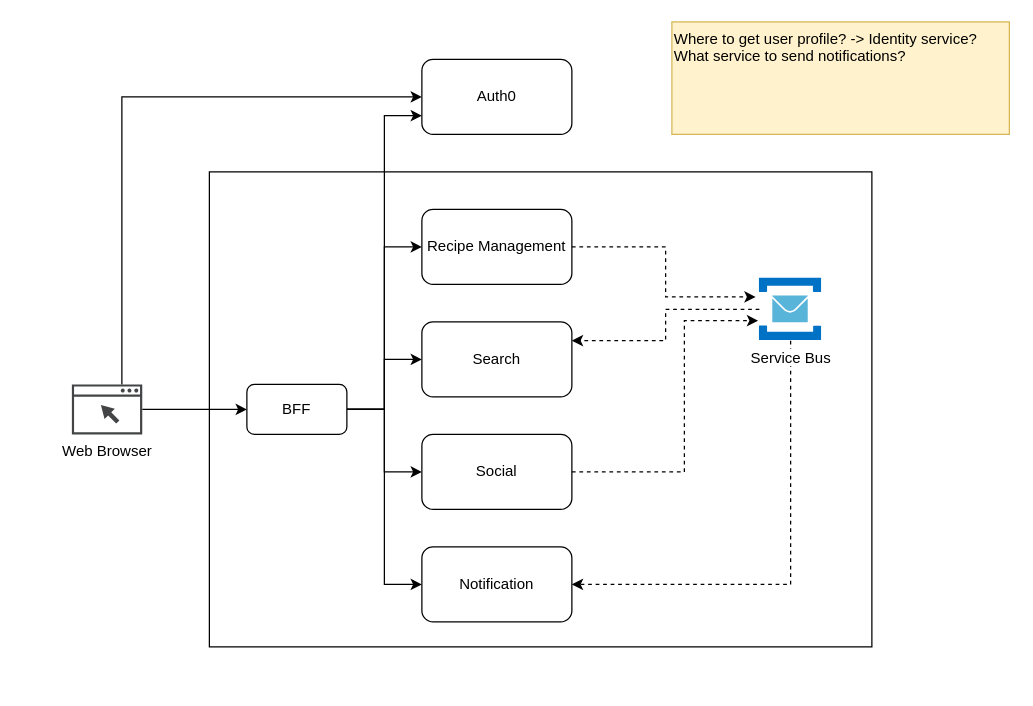
tungdn3/RecipeShare keeps this draw.io diagram as page "Page-1" (1 of 2) of doc/RecipeShareArchitecture.drawio. Above is the earlier version. Source tidied: cells renumbered, new cells numbered last; positions are measured from the earlier drawing's top-left corner, leaving out a move shared by most shapes. Both pictures are drawn from the tidied source at 125%, with x=0, y=0 at pixel (71, 21).
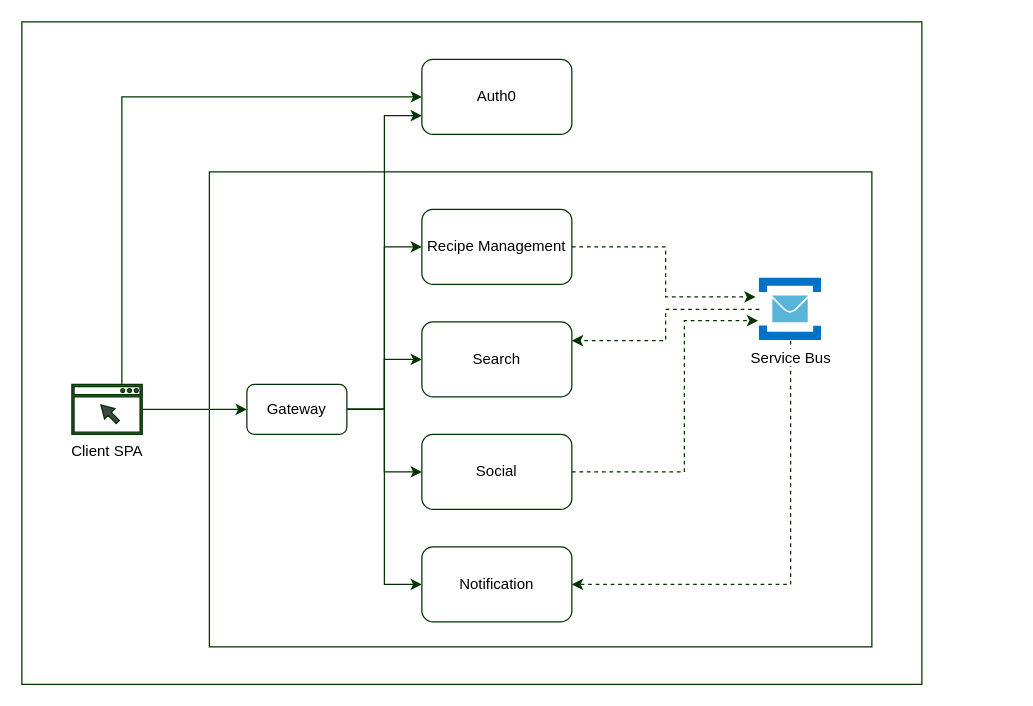
Above is the later version.

Change to the diagram source:
```diff
@@
+    <mxCell id="23" style="rounded=0;whiteSpace=wrap;html=1;strokeColor=#003300;" parent="1" vertex="1">
+      <mxGeometry x="-40" width="720" height="530" as="geometry" />
+    </mxCell>
-    <mxCell id="2" style="rounded=0;whiteSpace=wrap;html=1;" parent="1" vertex="1">
+    <mxCell id="2" style="rounded=0;whiteSpace=wrap;html=1;strokeColor=#003300;" parent="1" vertex="1">
       <mxGeometry x="110" y="120" width="530" height="380" as="geometry" />
     </mxCell>
-    <mxCell id="3" style="edgeStyle=orthogonalEdgeStyle;rounded=0;jettySize=auto;html=1;entryX=0;entryY=0.5;entryDx=0;entryDy=0;" parent="1" edge="1" source="5" target="6">
+    <mxCell id="3" style="edgeStyle=orthogonalEdgeStyle;rounded=0;jettySize=auto;html=1;entryX=0;entryY=0.5;entryDx=0;entryDy=0;strokeColor=#003300;" parent="1" edge="1" source="5" target="6">
       <mxGeometry relative="1" as="geometry">
         <Array as="points">
           <mxPoint x="40" y="60" />
         </Array>
       </mxGeometry>
     </mxCell>
-    <mxCell id="4" style="edgeStyle=orthogonalEdgeStyle;rounded=0;jettySize=auto;html=1;entryX=0;entryY=0.5;entryDx=0;entryDy=0;" parent="1" edge="1" source="5" target="16">
+    <mxCell id="4" style="edgeStyle=orthogonalEdgeStyle;rounded=0;jettySize=auto;html=1;entryX=0;entryY=0.5;entryDx=0;entryDy=0;strokeColor=#003300;" parent="1" edge="1" source="5" target="16">
       <mxGeometry relative="1" as="geometry" />
     </mxCell>
-    <mxCell id="5" value="Web Browser" style="sketch=0;shadow=0;dashed=0;html=1;strokeColor=none;fillColor=#434445;labelPosition=center;verticalLabelPosition=bottom;verticalAlign=top;align=center;outlineConnect=0;shape=mxgraph.vvd.web_browser;" parent="1" vertex="1">
+    <mxCell id="5" value="Client SPA" style="sketch=0;shadow=0;dashed=0;html=1;strokeColor=#003300;fillColor=#434445;labelPosition=center;verticalLabelPosition=bottom;verticalAlign=top;align=center;outlineConnect=0;shape=mxgraph.vvd.web_browser;" parent="1" vertex="1">
       <mxGeometry y="290" width="56.3" height="40" as="geometry" />
     </mxCell>
-    <mxCell id="6" value="Auth0" style="rounded=1;whiteSpace=wrap;html=1;" parent="1" vertex="1">
+    <mxCell id="6" value="Auth0" style="rounded=1;whiteSpace=wrap;html=1;strokeColor=#003300;" parent="1" vertex="1">
       <mxGeometry x="280" y="30" width="120" height="60" as="geometry" />
     </mxCell>
-    <mxCell id="7" value="Recipe Management" style="rounded=1;whiteSpace=wrap;html=1;" parent="1" vertex="1">
+    <mxCell id="7" value="Recipe Management" style="rounded=1;whiteSpace=wrap;html=1;strokeColor=#003300;" parent="1" vertex="1">
       <mxGeometry x="280" y="150" width="120" height="60" as="geometry" />
     </mxCell>
-    <mxCell id="8" value="Social" style="rounded=1;whiteSpace=wrap;html=1;" parent="1" vertex="1">
+    <mxCell id="8" value="Social" style="rounded=1;whiteSpace=wrap;html=1;strokeColor=#003300;" parent="1" vertex="1">
       <mxGeometry x="280" y="330" width="120" height="60" as="geometry" />
     </mxCell>
-    <mxCell id="9" value="Search" style="rounded=1;whiteSpace=wrap;html=1;" parent="1" vertex="1">
+    <mxCell id="9" value="Search" style="rounded=1;whiteSpace=wrap;html=1;strokeColor=#003300;" parent="1" vertex="1">
       <mxGeometry x="280" y="240" width="120" height="60" as="geometry" />
     </mxCell>
-    <mxCell id="10" value="Notification" style="rounded=1;whiteSpace=wrap;html=1;" parent="1" vertex="1">
+    <mxCell id="10" value="Notification" style="rounded=1;whiteSpace=wrap;html=1;strokeColor=#003300;" parent="1" vertex="1">
       <mxGeometry x="280" y="420" width="120" height="60" as="geometry" />
     </mxCell>
-    <mxCell id="11" style="edgeStyle=orthogonalEdgeStyle;rounded=0;jettySize=auto;html=1;exitX=1;exitY=0.5;exitDx=0;exitDy=0;entryX=0;entryY=0.5;entryDx=0;entryDy=0;" parent="1" edge="1" source="16" target="7">
+    <mxCell id="11" style="edgeStyle=orthogonalEdgeStyle;rounded=0;jettySize=auto;html=1;exitX=1;exitY=0.5;exitDx=0;exitDy=0;entryX=0;entryY=0.5;entryDx=0;entryDy=0;strokeColor=#003300;" parent="1" edge="1" source="16" target="7">
       <mxGeometry relative="1" as="geometry" />
     </mxCell>
-    <mxCell id="12" style="edgeStyle=orthogonalEdgeStyle;rounded=0;jettySize=auto;html=1;entryX=0;entryY=0.5;entryDx=0;entryDy=0;" parent="1" edge="1" source="16" target="9">
+    <mxCell id="12" style="edgeStyle=orthogonalEdgeStyle;rounded=0;jettySize=auto;html=1;entryX=0;entryY=0.5;entryDx=0;entryDy=0;strokeColor=#003300;" parent="1" edge="1" source="16" target="9">
       <mxGeometry relative="1" as="geometry" />
     </mxCell>
-    <mxCell id="13" style="edgeStyle=orthogonalEdgeStyle;rounded=0;jettySize=auto;html=1;entryX=0;entryY=0.5;entryDx=0;entryDy=0;" parent="1" edge="1" source="16" target="8">
+    <mxCell id="13" style="edgeStyle=orthogonalEdgeStyle;rounded=0;jettySize=auto;html=1;entryX=0;entryY=0.5;entryDx=0;entryDy=0;strokeColor=#003300;" parent="1" edge="1" source="16" target="8">
       <mxGeometry relative="1" as="geometry" />
     </mxCell>
-    <mxCell id="14" style="edgeStyle=orthogonalEdgeStyle;rounded=0;jettySize=auto;html=1;entryX=0;entryY=0.5;entryDx=0;entryDy=0;" parent="1" edge="1" source="16" target="10">
+    <mxCell id="14" style="edgeStyle=orthogonalEdgeStyle;rounded=0;jettySize=auto;html=1;entryX=0;entryY=0.5;entryDx=0;entryDy=0;strokeColor=#003300;" parent="1" edge="1" source="16" target="10">
       <mxGeometry relative="1" as="geometry" />
     </mxCell>
-    <mxCell id="15" style="edgeStyle=orthogonalEdgeStyle;rounded=0;jettySize=auto;html=1;entryX=0;entryY=0.75;entryDx=0;entryDy=0;" parent="1" edge="1" source="16" target="6">
+    <mxCell id="15" style="edgeStyle=orthogonalEdgeStyle;rounded=0;jettySize=auto;html=1;entryX=0;entryY=0.75;entryDx=0;entryDy=0;strokeColor=#003300;" parent="1" edge="1" source="16" target="6">
       <mxGeometry relative="1" as="geometry" />
     </mxCell>
-    <mxCell id="16" value="BFF" style="rounded=1;whiteSpace=wrap;html=1;" parent="1" vertex="1">
+    <mxCell id="16" value="Gateway" style="rounded=1;whiteSpace=wrap;html=1;strokeColor=#003300;" parent="1" vertex="1">
       <mxGeometry x="140" y="290" width="80" height="40" as="geometry" />
     </mxCell>
-    <mxCell id="17" style="edgeStyle=orthogonalEdgeStyle;rounded=0;jettySize=auto;html=1;entryX=1;entryY=0.25;entryDx=0;entryDy=0;dashed=1;" parent="1" edge="1" source="19" target="9">
+    <mxCell id="17" style="edgeStyle=orthogonalEdgeStyle;rounded=0;jettySize=auto;html=1;entryX=1;entryY=0.25;entryDx=0;entryDy=0;dashed=1;strokeColor=#003300;" parent="1" edge="1" source="19" target="9">
       <mxGeometry relative="1" as="geometry" />
     </mxCell>
-    <mxCell id="18" style="edgeStyle=orthogonalEdgeStyle;rounded=0;jettySize=auto;html=1;entryX=1;entryY=0.5;entryDx=0;entryDy=0;dashed=1;" parent="1" edge="1" source="19" target="10">
+    <mxCell id="18" style="edgeStyle=orthogonalEdgeStyle;rounded=0;jettySize=auto;html=1;entryX=1;entryY=0.5;entryDx=0;entryDy=0;dashed=1;strokeColor=#003300;" parent="1" edge="1" source="19" target="10">
       <mxGeometry relative="1" as="geometry">
         <Array as="points">
           <mxPoint x="575" y="450" />
         </Array>
       </mxGeometry>
     </mxCell>
-    <mxCell id="19" value="Service Bus" style="image;sketch=0;html=1;points=[];align=center;fontSize=12;image=img/lib/mscae/Service_Bus.svg;" parent="1" vertex="1">
+    <mxCell id="19" value="Service Bus" style="image;sketch=0;html=1;points=[];align=center;fontSize=12;image=img/lib/mscae/Service_Bus.svg;strokeColor=#003300;" parent="1" vertex="1">
       <mxGeometry x="550" y="205" width="50" height="50" as="geometry" />
     </mxCell>
-    <mxCell id="20" style="edgeStyle=orthogonalEdgeStyle;rounded=0;jettySize=auto;html=1;entryX=-0.06;entryY=0.3;entryDx=0;entryDy=0;entryPerimeter=0;dashed=1;" parent="1" edge="1" source="7" target="19">
+    <mxCell id="20" style="edgeStyle=orthogonalEdgeStyle;rounded=0;jettySize=auto;html=1;entryX=-0.06;entryY=0.3;entryDx=0;entryDy=0;entryPerimeter=0;dashed=1;strokeColor=#003300;" parent="1" edge="1" source="7" target="19">
       <mxGeometry relative="1" as="geometry" />
     </mxCell>
-    <mxCell id="21" style="edgeStyle=orthogonalEdgeStyle;rounded=0;jettySize=auto;html=1;entryX=-0.02;entryY=0.68;entryDx=0;entryDy=0;entryPerimeter=0;dashed=1;" parent="1" edge="1" source="8" target="19">
+    <mxCell id="21" style="edgeStyle=orthogonalEdgeStyle;rounded=0;jettySize=auto;html=1;entryX=-0.02;entryY=0.68;entryDx=0;entryDy=0;entryPerimeter=0;dashed=1;strokeColor=#003300;" parent="1" edge="1" source="8" target="19">
       <mxGeometry relative="1" as="geometry">
         <Array as="points">
           <mxPoint x="490" y="360" />
           <mxPoint x="490" y="239" />
         </Array>
       </mxGeometry>
     </mxCell>
-    <mxCell id="22" value="Where to get user profile? -&amp;gt; Identity service?&lt;div&gt;What service to send notifications?&lt;/div&gt;" style="text;html=1;align=left;verticalAlign=top;whiteSpace=wrap;rounded=0;fillColor=#fff2cc;strokeColor=#d6b656;" parent="1" vertex="1">
-      <mxGeometry x="480" width="270" height="90" as="geometry" />
-    </mxCell>
```
